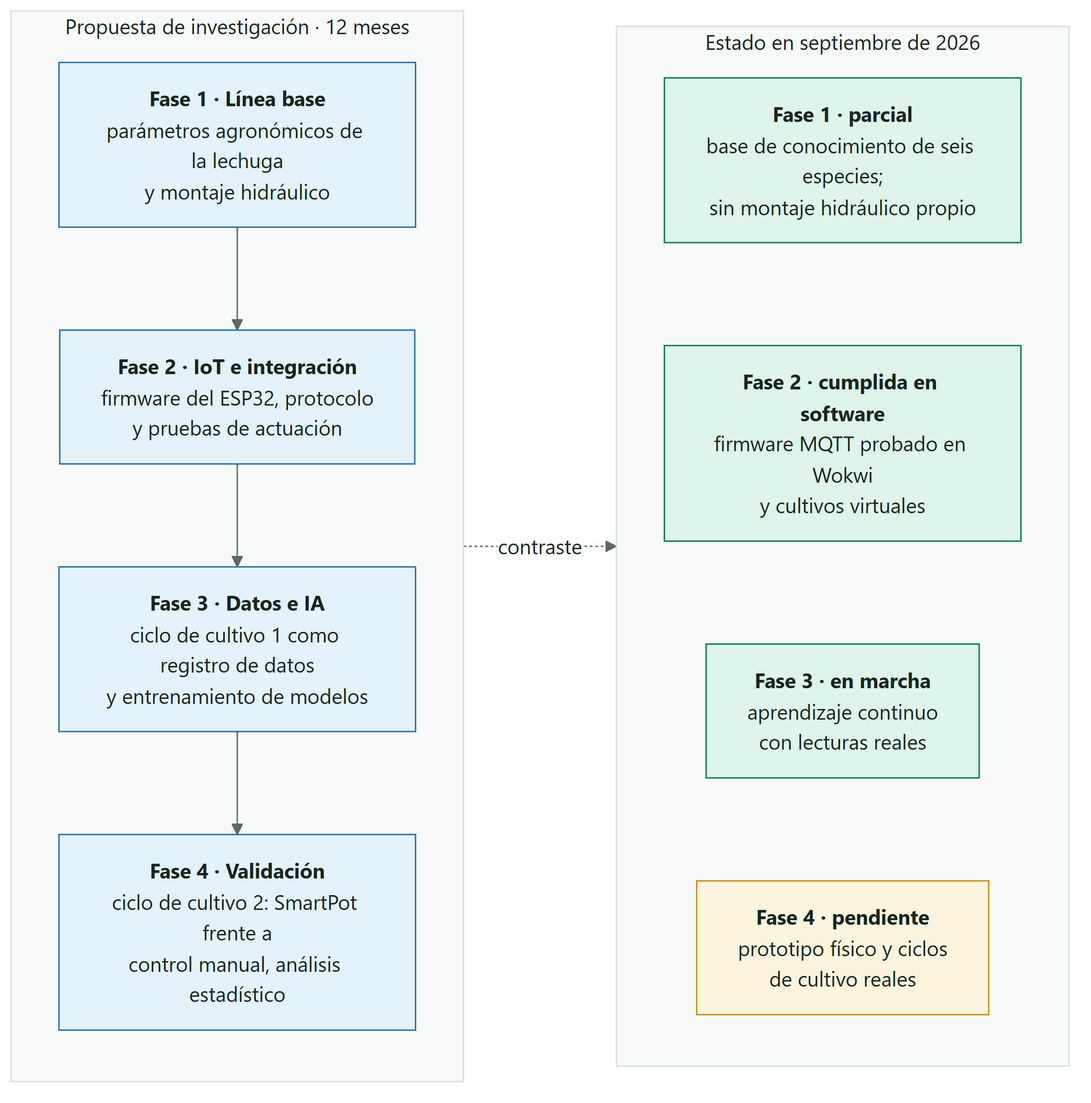
SmartPotTech/.github keeps this Mermaid diagram as docs/diagrams/SmartPot_36_Research_Phases.png. Above is the earlier version. Its source is kept beside it as docs/diagrams/SmartPot_36_Research_Phases.mmd. Its diagram source:
```mermaid
%%{init: {"theme": "base", "fontFamily": "Segoe UI, Arial, sans-serif", "themeVariables": {"fontFamily": "Segoe UI, Arial, sans-serif", "fontSize": "15px", "primaryColor": "#DDF5EA", "primaryTextColor": "#17261F", "primaryBorderColor": "#067A52", "secondaryColor": "#E3F2FB", "secondaryTextColor": "#17261F", "secondaryBorderColor": "#1F6FA0", "tertiaryColor": "#F2F7F4", "tertiaryTextColor": "#17261F", "tertiaryBorderColor": "#D5E3DC", "lineColor": "#5B6B63", "textColor": "#17261F", "mainBkg": "#DDF5EA", "nodeBorder": "#067A52", "clusterBkg": "#F7FAF8", "clusterBorder": "#D5E3DC", "edgeLabelBackground": "#FFFFFF", "actorBkg": "#067A52", "actorBorder": "#0B3D2B", "actorTextColor": "#FFFFFF", "actorLineColor": "#5B6B63", "signalColor": "#17261F", "signalTextColor": "#17261F", "labelBoxBkgColor": "#0B3D2B", "labelBoxBorderColor": "#0B3D2B", "labelTextColor": "#FFFFFF", "loopTextColor": "#0B3D2B", "noteBkgColor": "#FDF4DD", "noteBorderColor": "#C98D12", "noteTextColor": "#17261F", "activationBkgColor": "#DDF5EA", "activationBorderColor": "#067A52", "attributeBackgroundColorOdd": "#FFFFFF", "attributeBackgroundColorEven": "#F2F7F4"}}}%%
flowchart LR
  subgraph propuesta["Propuesta de investigación · 12 meses"]
    direction TB
    f1["<b>Fase 1 · Línea base</b><br/>parámetros agronómicos de la lechuga<br/>y montaje hidráulico"]
    f2["<b>Fase 2 · IoT e integración</b><br/>firmware del ESP32, protocolo<br/>y pruebas de actuación"]
    f3["<b>Fase 3 · Datos e IA</b><br/>ciclo de cultivo 1 como registro de datos<br/>y entrenamiento de modelos"]
    f4["<b>Fase 4 · Validación</b><br/>ciclo de cultivo 2: SmartPot frente a<br/>control manual, análisis estadístico"]
    f1 --> f2 --> f3 --> f4
  end
  subgraph hoy["Estado en septiembre de 2026"]
    direction TB
    h1["<b>Fase 1 · parcial</b><br/>base de conocimiento de seis especies;<br/>sin montaje hidráulico propio"]
    h2["<b>Fase 2 · cumplida en software</b><br/>firmware MQTT probado en Wokwi<br/>y cultivos virtuales"]
    h3["<b>Fase 3 · en marcha</b><br/>aprendizaje continuo<br/>con lecturas reales"]
    h4["<b>Fase 4 · pendiente</b><br/>prototipo físico y ciclos<br/>de cultivo reales"]
    h1 ~~~ h2 ~~~ h3 ~~~ h4
  end
  propuesta -. "contraste" .-> hoy
  classDef leaf fill:#DDF5EA,stroke:#067A52,color:#17261F
  classDef water fill:#E3F2FB,stroke:#1F6FA0,color:#17261F
  classDef sun fill:#FDF4DD,stroke:#C98D12,color:#17261F
  classDef clay fill:#FBE9E1,stroke:#B85A38,color:#17261F
  classDef core fill:#067A52,stroke:#0B3D2B,color:#FFFFFF
  classDef deep fill:#0B3D2B,stroke:#06281C,color:#FFFFFF
  classDef muted fill:#F2F7F4,stroke:#5B6B63,color:#17261F
  class f1,f2,f3,f4 water
  class h1,h2,h3 leaf
  class h4 sun
```
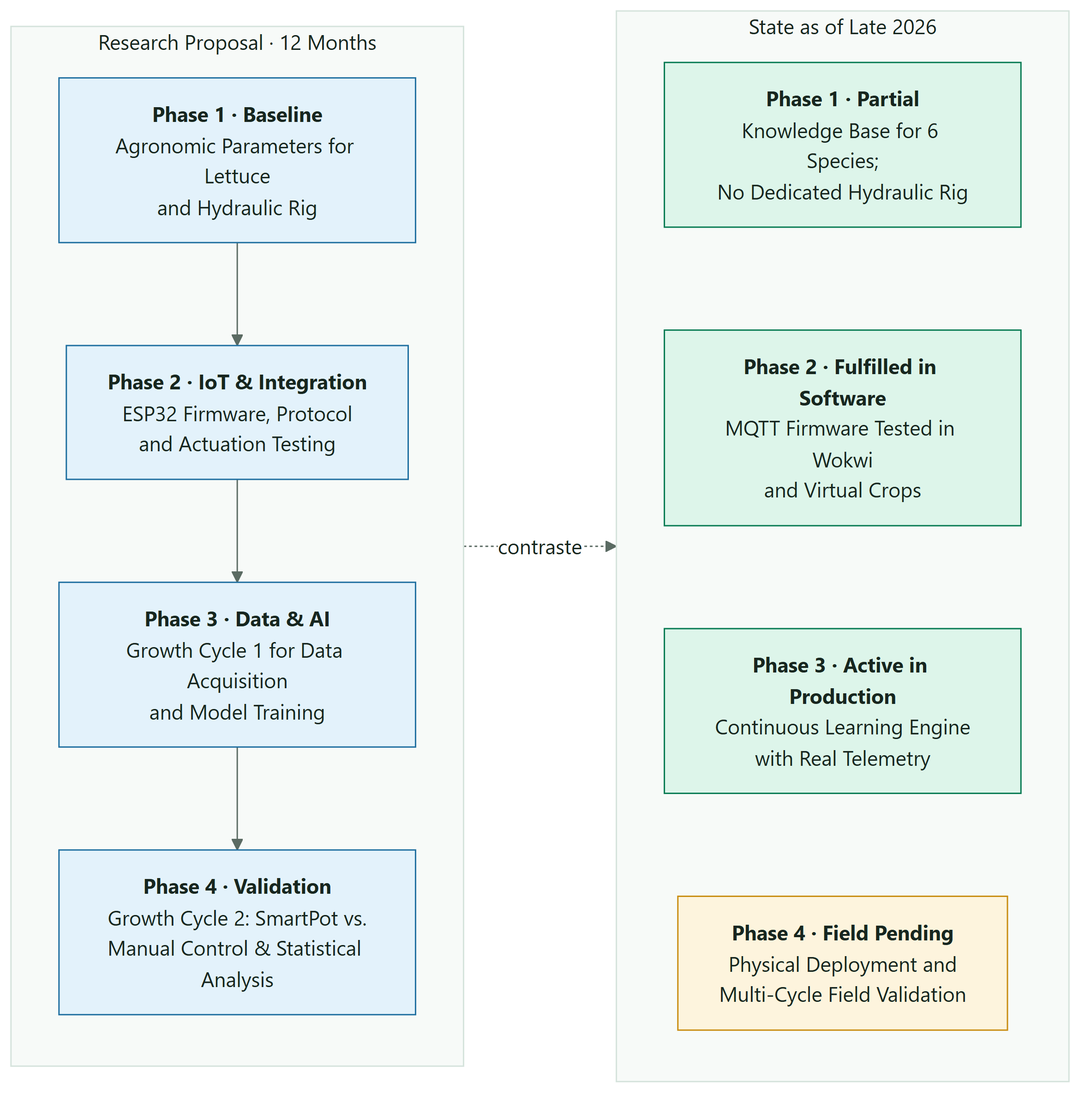
After the change.

The edit, as a diff of the source:
```diff
@@ -1,19 +1,19 @@
 %%{init: {"theme": "base", "fontFamily": "Segoe UI, Arial, sans-serif", "themeVariables": {"fontFamily": "Segoe UI, Arial, sans-serif", "fontSize": "15px", "primaryColor": "#DDF5EA", "primaryTextColor": "#17261F", "primaryBorderColor": "#067A52", "secondaryColor": "#E3F2FB", "secondaryTextColor": "#17261F", "secondaryBorderColor": "#1F6FA0", "tertiaryColor": "#F2F7F4", "tertiaryTextColor": "#17261F", "tertiaryBorderColor": "#D5E3DC", "lineColor": "#5B6B63", "textColor": "#17261F", "mainBkg": "#DDF5EA", "nodeBorder": "#067A52", "clusterBkg": "#F7FAF8", "clusterBorder": "#D5E3DC", "edgeLabelBackground": "#FFFFFF", "actorBkg": "#067A52", "actorBorder": "#0B3D2B", "actorTextColor": "#FFFFFF", "actorLineColor": "#5B6B63", "signalColor": "#17261F", "signalTextColor": "#17261F", "labelBoxBkgColor": "#0B3D2B", "labelBoxBorderColor": "#0B3D2B", "labelTextColor": "#FFFFFF", "loopTextColor": "#0B3D2B", "noteBkgColor": "#FDF4DD", "noteBorderColor": "#C98D12", "noteTextColor": "#17261F", "activationBkgColor": "#DDF5EA", "activationBorderColor": "#067A52", "attributeBackgroundColorOdd": "#FFFFFF", "attributeBackgroundColorEven": "#F2F7F4"}}}%%
 flowchart LR
-  subgraph propuesta["Propuesta de investigación · 12 meses"]
+  subgraph propuesta["Research Proposal · 12 Months"]
     direction TB
-    f1["<b>Fase 1 · Línea base</b><br/>parámetros agronómicos de la lechuga<br/>y montaje hidráulico"]
-    f2["<b>Fase 2 · IoT e integración</b><br/>firmware del ESP32, protocolo<br/>y pruebas de actuación"]
-    f3["<b>Fase 3 · Datos e IA</b><br/>ciclo de cultivo 1 como registro de datos<br/>y entrenamiento de modelos"]
-    f4["<b>Fase 4 · Validación</b><br/>ciclo de cultivo 2: SmartPot frente a<br/>control manual, análisis estadístico"]
+    f1["<b>Phase 1 · Baseline</b><br/>Agronomic Parameters for Lettuce<br/>and Hydraulic Rig"]
+    f2["<b>Phase 2 · IoT & Integration</b><br/>ESP32 Firmware, Protocol<br/>and Actuation Testing"]
+    f3["<b>Phase 3 · Data & AI</b><br/>Growth Cycle 1 for Data Acquisition<br/>and Model Training"]
+    f4["<b>Phase 4 · Validation</b><br/>Growth Cycle 2: SmartPot vs.<br/>Manual Control & Statistical Analysis"]
     f1 --> f2 --> f3 --> f4
   end
-  subgraph hoy["Estado en septiembre de 2026"]
+  subgraph hoy["State as of Late 2026"]
     direction TB
-    h1["<b>Fase 1 · parcial</b><br/>base de conocimiento de seis especies;<br/>sin montaje hidráulico propio"]
-    h2["<b>Fase 2 · cumplida en software</b><br/>firmware MQTT probado en Wokwi<br/>y cultivos virtuales"]
-    h3["<b>Fase 3 · en marcha</b><br/>aprendizaje continuo<br/>con lecturas reales"]
-    h4["<b>Fase 4 · pendiente</b><br/>prototipo físico y ciclos<br/>de cultivo reales"]
+    h1["<b>Phase 1 · Partial</b><br/>Knowledge Base for 6 Species;<br/>No Dedicated Hydraulic Rig"]
+    h2["<b>Phase 2 · Fulfilled in Software</b><br/>MQTT Firmware Tested in Wokwi<br/>and Virtual Crops"]
+    h3["<b>Phase 3 · Active in Production</b><br/>Continuous Learning Engine<br/>with Real Telemetry"]
+    h4["<b>Phase 4 · Field Pending</b><br/>Physical Deployment and<br/>Multi-Cycle Field Validation"]
     h1 ~~~ h2 ~~~ h3 ~~~ h4
   end
   propuesta -. "contraste" .-> hoy
```
